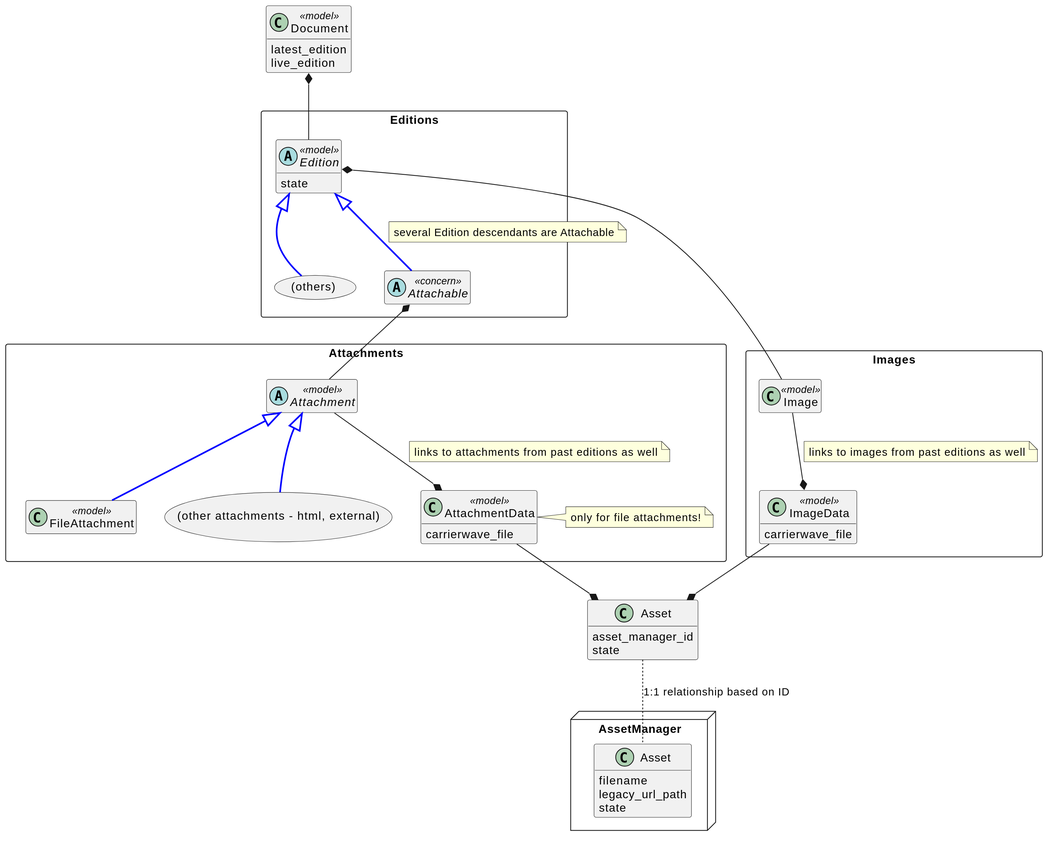
alphagov/whitehall keeps this PlantUML diagram as docs/adr/0002-new-asset-model/new_asset_model.svg. Above is the earlier version. Source of this version:
```plantuml
@startuml
allowmixing
hide empty description
hide empty members
skinparam dpi 300

class Document <<model>>

rectangle "Editions" {
    abstract Edition <<model>> {
        state
    }
    rectangle "(others)" as othereds
    Edition <|-- othereds #line:blue;line.bold
    Edition <|-- Attachable #line:blue;line.bold
    note on link: several Edition descendants are Attachable
    abstract Attachable<<concern>>
}

rectangle "Attachments" {
  together {
    abstract Attachment <<model>>
    class FileAttachment <<model>>
    rectangle "(other attachments - html, external)" as otheratts
    Attachment <|-- otheratts #line:blue;line.bold
    Attachment <|-- FileAttachment #line:blue;line.bold
  }
  class AttachmentData <<model>> {
    carrierwave_file
  }
  note right: only for file attachments!
  Attachment --* AttachmentData
  note on link: links to attachments from past editions as well
}

rectangle "Images" {
  class Image <<model>>
  class ImageData <<model>> {
    carrierwave_file
  }
  Image --* ImageData
  note on link: links to images from past editions as well
}

Edition *-- Image

Document *-- Edition

Attachable *-- Attachment

class Document {
    {method} latest_edition
    {method} live_edition
}

class Asset {
  asset_manager_id
  state
}

node AssetManager {
class "Asset" as amAsset {
  filename
  legacy_url_path
  state
}
}

Asset .. amAsset: 1:1 relationship based on ID

AttachmentData --* Asset
ImageData --* Asset
@enduml
```
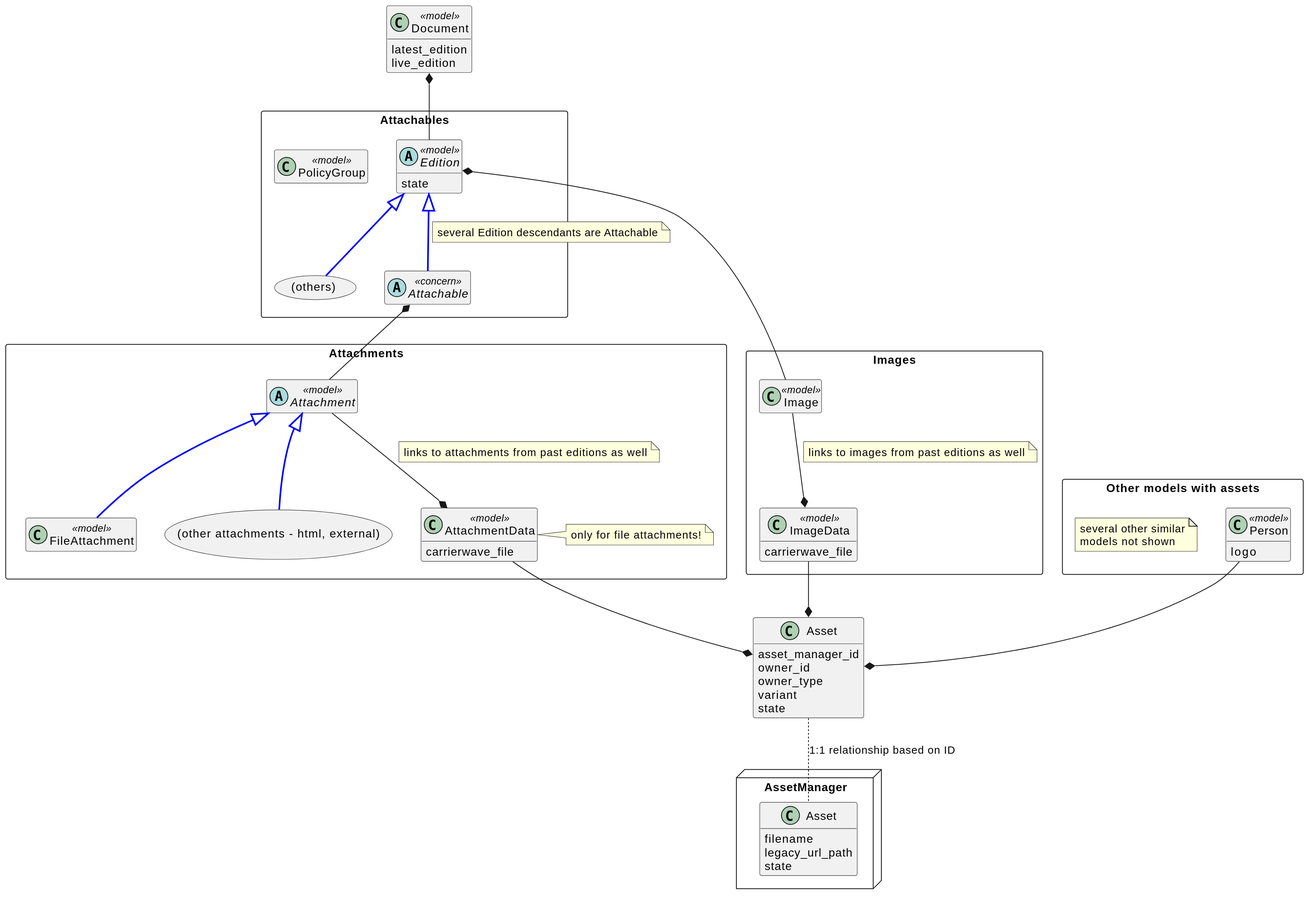
After the change.

Change to the diagram source:
```diff
@@ -6,10 +6,11 @@
 
 class Document <<model>>
 
-rectangle "Editions" {
+rectangle "Attachables" {
     abstract Edition <<model>> {
         state
     }
+    class PolicyGroup <<model>>
     rectangle "(others)" as othereds
     Edition <|-- othereds #line:blue;line.bold
     Edition <|-- Attachable #line:blue;line.bold
@@ -42,6 +43,15 @@
   note on link: links to images from past editions as well
 }
 
+rectangle "Other models with assets" {
+  class Person <<model>> {
+    logo
+  }
+
+  note "several other similar\nmodels not shown" as N1
+}
+
+
 Edition *-- Image
 
 Document *-- Edition
@@ -55,6 +65,9 @@
 
 class Asset {
   asset_manager_id
+  owner_id
+  owner_type
+  variant
   state
 }
 
@@ -70,4 +83,5 @@
 
 AttachmentData --* Asset
 ImageData --* Asset
+Person --* Asset
 @enduml
```
